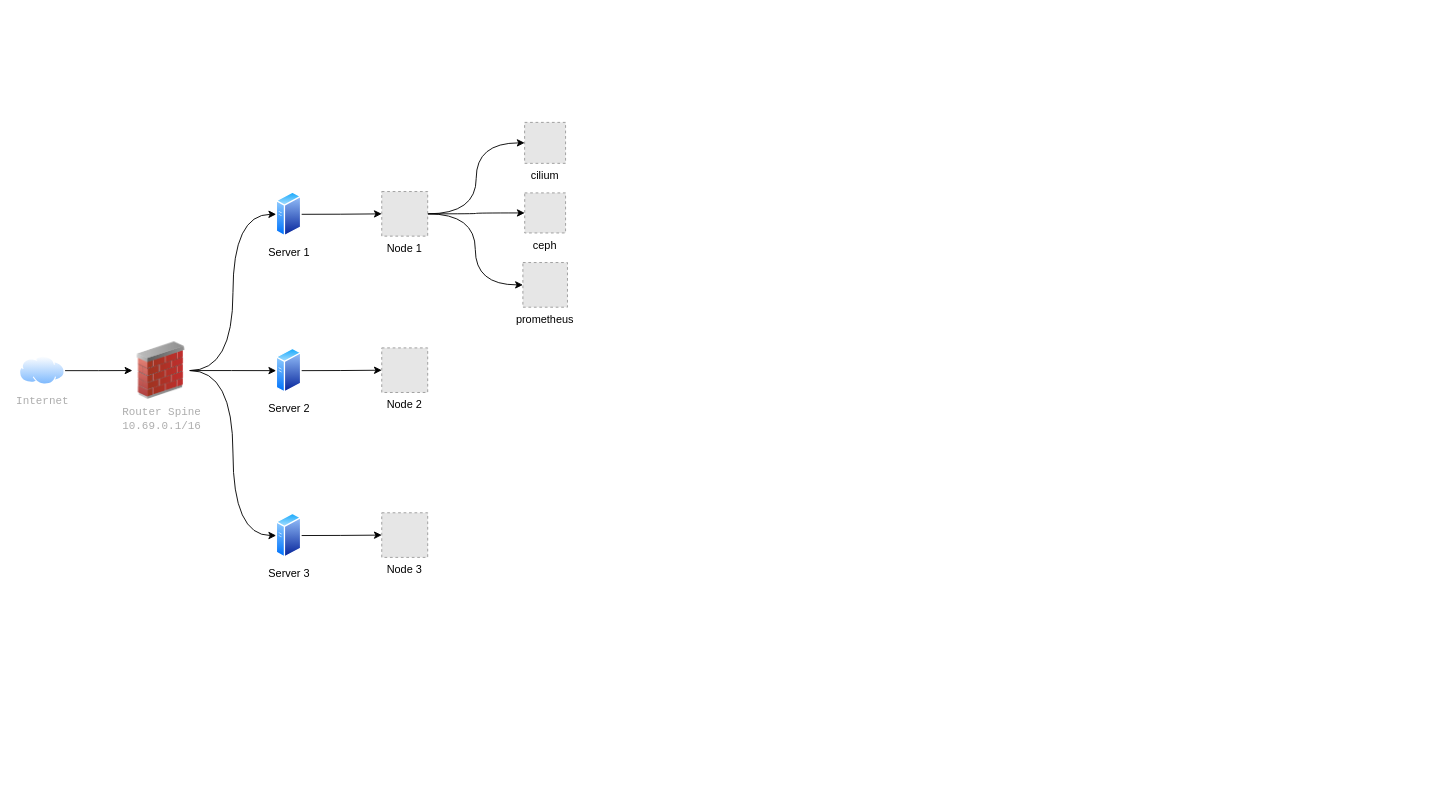
Above: page "Tesla Infrastructure" (2 of 3) of Untitled Diagram.drawio in rajsinghtech/fleet-telemetry-consumer (draw.io), before the change. Source tidied: cells renumbered, new cells numbered last; positions are measured from the earlier drawing's top-left corner, leaving out a move shared by most shapes. Both pictures are drawn from the tidied source at 91%, with x=0, y=0 at pixel (19, 122). Pictures stored in the file or linked from it are replaced by grey dashed boxes.
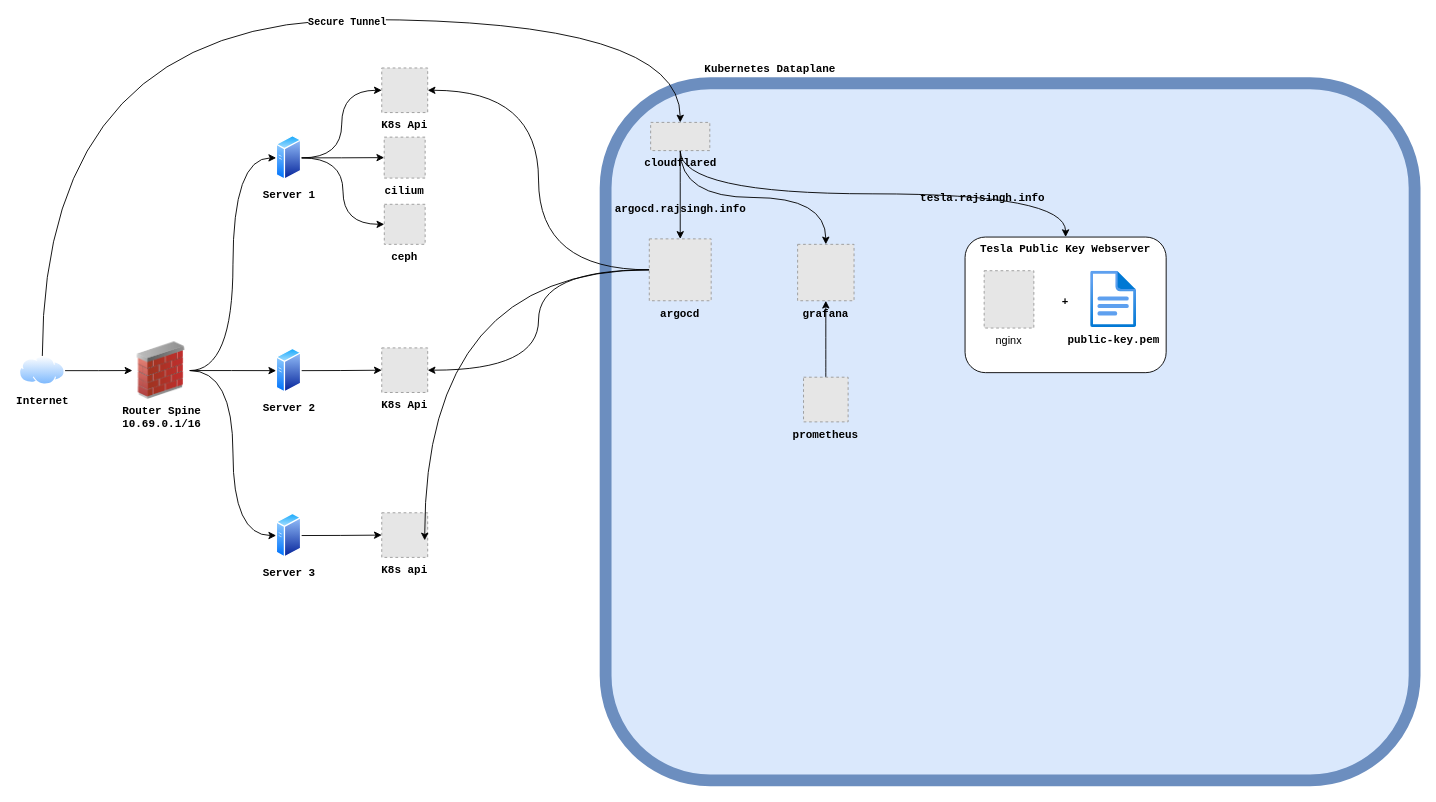
Above is the later version.

What changed in the source:
```diff
@@
+    <mxCell id="23" style="rounded=1;whiteSpace=wrap;html=1;fillColor=#dae8fc;strokeColor=#6c8ebf;strokeWidth=13;align=left;labelBackgroundColor=none;fontFamily=Courier New;fontStyle=1;fontColor=#000000;" parent="1" vertex="1">
+      <mxGeometry x="644" y="-43" width="889" height="766" as="geometry" />
+    </mxCell>
-    <mxCell id="2" style="edgeStyle=orthogonalEdgeStyle;curved=1;rounded=0;jettySize=auto;html=1;entryX=0;entryY=0.5;entryDx=0;entryDy=0;" parent="1" edge="1" source="3" target="19">
+    <mxCell id="2" style="edgeStyle=orthogonalEdgeStyle;curved=1;rounded=0;jettySize=auto;html=1;entryX=0;entryY=0.5;entryDx=0;entryDy=0;labelBackgroundColor=none;fontFamily=Courier New;fontStyle=1;fontColor=#000000;" parent="1" edge="1" source="3" target="19">
       <mxGeometry relative="1" as="geometry" />
     </mxCell>
-    <mxCell id="3" value="Server 3" style="image;perimeter=ellipsePerimeter;html=1;align=center;shadow=0;dashed=0;spacingTop=3;image=img/lib/active_directory/generic_server.svg;" parent="1" vertex="1">
+    <mxCell id="3" value="Server 3" style="image;perimeter=ellipsePerimeter;html=1;align=center;shadow=0;dashed=0;spacingTop=3;image=img/lib/active_directory/generic_server.svg;labelBackgroundColor=none;fontFamily=Courier New;fontStyle=1;fontColor=#000000;" parent="1" vertex="1">
       <mxGeometry x="282" y="429" width="28" height="50" as="geometry" />
     </mxCell>
-    <mxCell id="4" style="edgeStyle=orthogonalEdgeStyle;curved=1;rounded=0;jettySize=auto;html=1;entryX=0;entryY=0.5;entryDx=0;entryDy=0;" parent="1" edge="1" source="6" target="12">
+    <mxCell id="4" style="edgeStyle=orthogonalEdgeStyle;curved=1;rounded=0;jettySize=auto;html=1;entryX=0;entryY=0.5;entryDx=0;entryDy=0;labelBackgroundColor=none;fontFamily=Courier New;fontStyle=1;fontColor=#000000;" parent="1" edge="1" source="6" target="12">
       <mxGeometry relative="1" as="geometry" />
     </mxCell>
-    <mxCell id="5" style="edgeStyle=orthogonalEdgeStyle;curved=1;rounded=0;jettySize=auto;html=1;entryX=0;entryY=0.5;entryDx=0;entryDy=0;" parent="1" edge="1" source="6" target="3">
+    <mxCell id="5" style="edgeStyle=orthogonalEdgeStyle;curved=1;rounded=0;jettySize=auto;html=1;entryX=0;entryY=0.5;entryDx=0;entryDy=0;labelBackgroundColor=none;fontFamily=Courier New;fontStyle=1;fontColor=#000000;" parent="1" edge="1" source="6" target="3">
       <mxGeometry relative="1" as="geometry" />
     </mxCell>
-    <mxCell id="6" value="&lt;span id=&quot;docs-internal-guid-129c1558-7fff-5c4c-1586-b6c74b162c59&quot;&gt;&lt;p style=&quot;line-height:1.2;margin-top:0pt;margin-bottom:0pt;&quot; dir=&quot;ltr&quot;&gt;&lt;span style=&quot;font-size: 9pt; font-family: &amp;quot;Courier New&amp;quot;, monospace; color: rgb(173, 173, 173); background-color: transparent; font-variant-numeric: normal; font-variant-east-asian: normal; font-variant-alternates: normal; font-variant-position: normal; vertical-align: baseline; white-space: pre-wrap;&quot;&gt;Router Spine&lt;/span&gt;&lt;span style=&quot;font-size: 9pt; font-family: &amp;quot;Courier New&amp;quot;, monospace; color: rgb(173, 173, 173); background-color: transparent; font-variant-numeric: normal; font-variant-east-asian: normal; font-variant-alternates: normal; font-variant-position: normal; vertical-align: baseline; white-space: pre-wrap;&quot;&gt;&lt;br&gt;&lt;/span&gt;&lt;span style=&quot;font-size: 9pt; font-family: &amp;quot;Courier New&amp;quot;, monospace; color: rgb(173, 173, 173); background-color: transparent; font-variant-numeric: normal; font-variant-east-asian: normal; font-variant-alternates: normal; font-variant-position: normal; vertical-align: baseline; white-space: pre-wrap;&quot;&gt;10.69.0.1/16&lt;/span&gt;&lt;/p&gt;&lt;div&gt;&lt;span style=&quot;font-size: 9pt; font-family: &amp;quot;Courier New&amp;quot;, monospace; color: rgb(173, 173, 173); background-color: transparent; font-variant-numeric: normal; font-variant-east-asian: normal; font-variant-alternates: normal; font-variant-position: normal; vertical-align: baseline; white-space: pre-wrap;&quot;&gt;&lt;br&gt;&lt;/span&gt;&lt;/div&gt;&lt;/span&gt;" style="image;html=1;image=img/lib/clip_art/networking/Firewall_02_128x128.png;" parent="1" vertex="1">
+    <mxCell id="6" value="&lt;span id=&quot;docs-internal-guid-129c1558-7fff-5c4c-1586-b6c74b162c59&quot;&gt;&lt;p dir=&quot;ltr&quot; style=&quot;line-height:1.2;margin-top:0pt;margin-bottom:0pt;&quot;&gt;&lt;span style=&quot;font-size: 9pt; font-variant-numeric: normal; font-variant-east-asian: normal; font-variant-alternates: normal; font-variant-position: normal; vertical-align: baseline; white-space: pre-wrap;&quot;&gt;Router Spine&lt;/span&gt;&lt;span style=&quot;font-size: 9pt; font-variant-numeric: normal; font-variant-east-asian: normal; font-variant-alternates: normal; font-variant-position: normal; vertical-align: baseline; white-space: pre-wrap;&quot;&gt;&lt;br&gt;&lt;/span&gt;&lt;span style=&quot;font-size: 9pt; font-variant-numeric: normal; font-variant-east-asian: normal; font-variant-alternates: normal; font-variant-position: normal; vertical-align: baseline; white-space: pre-wrap;&quot;&gt;10.69.0.1/16&lt;/span&gt;&lt;/p&gt;&lt;div&gt;&lt;span style=&quot;font-size: 9pt; font-variant-numeric: normal; font-variant-east-asian: normal; font-variant-alternates: normal; font-variant-position: normal; vertical-align: baseline; white-space: pre-wrap;&quot;&gt;&lt;br&gt;&lt;/span&gt;&lt;/div&gt;&lt;/span&gt;" style="image;html=1;image=img/lib/clip_art/networking/Firewall_02_128x128.png;labelBackgroundColor=none;fontFamily=Courier New;fontStyle=1;fontColor=#000000;" parent="1" vertex="1">
       <mxGeometry x="124" y="241.2" width="63" height="63" as="geometry" />
     </mxCell>
-    <mxCell id="7" style="edgeStyle=orthogonalEdgeStyle;rounded=0;jettySize=auto;html=1;entryX=0;entryY=0.5;entryDx=0;entryDy=0;" parent="1" edge="1" source="8" target="6">
+    <mxCell id="7" style="edgeStyle=orthogonalEdgeStyle;rounded=0;jettySize=auto;html=1;entryX=0;entryY=0.5;entryDx=0;entryDy=0;labelBackgroundColor=none;fontFamily=Courier New;fontStyle=1;fontColor=#000000;" parent="1" edge="1" source="8" target="6">
       <mxGeometry relative="1" as="geometry" />
     </mxCell>
+    <mxCell id="24" style="edgeStyle=orthogonalEdgeStyle;curved=1;rounded=0;jettySize=auto;html=1;entryX=0.5;entryY=0;entryDx=0;entryDy=0;exitX=0.5;exitY=0;exitDx=0;exitDy=0;labelBackgroundColor=none;fontFamily=Courier New;fontStyle=1;fontColor=#000000;" parent="1" edge="1" source="8" target="32">
+      <mxGeometry relative="1" as="geometry">
+        <Array as="points">
+          <mxPoint x="25" y="-113" />
+          <mxPoint x="726" y="-113" />
+        </Array>
+      </mxGeometry>
+    </mxCell>
+    <mxCell id="25" value="Secure Tunnel" style="edgeLabel;html=1;align=center;verticalAlign=middle;fontFamily=Courier New;fontStyle=1;fontColor=#000000;" parent="24" vertex="1">
+      <mxGeometry x="0.19" y="-2" relative="1" as="geometry" />
+    </mxCell>
-    <mxCell id="8" value="&lt;span style=&quot;white-space: pre-wrap;&quot; id=&quot;docs-internal-guid-129c1558-7fff-5c4c-1586-b6c74b162c59&quot;&gt;&lt;p style=&quot;line-height:1.2;margin-top:0pt;margin-bottom:0pt;&quot; dir=&quot;ltr&quot;&gt;&lt;font face=&quot;Courier New, monospace&quot; color=&quot;#adadad&quot;&gt;Internet&lt;/font&gt;&lt;/p&gt;&lt;/span&gt;" style="image;perimeter=ellipsePerimeter;html=1;align=center;shadow=0;dashed=0;spacingTop=3;image=img/lib/active_directory/internet_cloud.svg;" parent="1" vertex="1">
+    <mxCell id="8" value="&lt;span id=&quot;docs-internal-guid-129c1558-7fff-5c4c-1586-b6c74b162c59&quot; style=&quot;white-space: pre-wrap;&quot;&gt;&lt;p dir=&quot;ltr&quot; style=&quot;line-height:1.2;margin-top:0pt;margin-bottom:0pt;&quot;&gt;&lt;font face=&quot;Courier New, monospace&quot;&gt;Internet&lt;/font&gt;&lt;/p&gt;&lt;/span&gt;" style="image;perimeter=ellipsePerimeter;html=1;align=center;shadow=0;dashed=0;spacingTop=3;image=img/lib/active_directory/internet_cloud.svg;labelBackgroundColor=none;fontStyle=1;fontColor=#000000;" parent="1" vertex="1">
       <mxGeometry y="257" width="50" height="31.5" as="geometry" />
     </mxCell>
-    <mxCell id="9" style="edgeStyle=orthogonalEdgeStyle;curved=1;rounded=0;jettySize=auto;html=1;entryX=0;entryY=0.5;entryDx=0;entryDy=0;" parent="1" edge="1" source="10" target="17">
+    <mxCell id="9" style="edgeStyle=orthogonalEdgeStyle;curved=1;rounded=0;jettySize=auto;html=1;entryX=0;entryY=0.5;entryDx=0;entryDy=0;labelBackgroundColor=none;fontFamily=Courier New;fontStyle=1;fontColor=#000000;" parent="1" edge="1" source="10" target="17">
       <mxGeometry relative="1" as="geometry" />
     </mxCell>
-    <mxCell id="10" value="Server 1" style="image;perimeter=ellipsePerimeter;html=1;align=center;shadow=0;dashed=0;spacingTop=3;image=img/lib/active_directory/generic_server.svg;" parent="1" vertex="1">
-      <mxGeometry x="282" y="76" width="28" height="50" as="geometry" />
+    <mxCell id="10" value="Server 1" style="image;perimeter=ellipsePerimeter;html=1;align=center;shadow=0;dashed=0;spacingTop=3;image=img/lib/active_directory/generic_server.svg;labelBackgroundColor=none;fontFamily=Courier New;fontStyle=1;fontColor=#000000;" parent="1" vertex="1">
+      <mxGeometry x="282" y="14" width="28" height="50" as="geometry" />
     </mxCell>
-    <mxCell id="11" style="edgeStyle=orthogonalEdgeStyle;curved=1;rounded=0;jettySize=auto;html=1;entryX=0;entryY=0.5;entryDx=0;entryDy=0;" parent="1" edge="1" source="12" target="18">
+    <mxCell id="11" style="edgeStyle=orthogonalEdgeStyle;curved=1;rounded=0;jettySize=auto;html=1;entryX=0;entryY=0.5;entryDx=0;entryDy=0;labelBackgroundColor=none;fontFamily=Courier New;fontStyle=1;fontColor=#000000;" parent="1" edge="1" source="12" target="18">
       <mxGeometry relative="1" as="geometry" />
     </mxCell>
-    <mxCell id="12" value="Server 2" style="image;perimeter=ellipsePerimeter;html=1;align=center;shadow=0;dashed=0;spacingTop=3;image=img/lib/active_directory/generic_server.svg;" parent="1" vertex="1">
+    <mxCell id="12" value="Server 2" style="image;perimeter=ellipsePerimeter;html=1;align=center;shadow=0;dashed=0;spacingTop=3;image=img/lib/active_directory/generic_server.svg;labelBackgroundColor=none;fontFamily=Courier New;fontStyle=1;fontColor=#000000;" parent="1" vertex="1">
       <mxGeometry x="282" y="247.8" width="28" height="50" as="geometry" />
     </mxCell>
-    <mxCell id="13" style="edgeStyle=orthogonalEdgeStyle;curved=1;rounded=0;jettySize=auto;html=1;entryX=0;entryY=0.5;entryDx=0;entryDy=0;" parent="1" edge="1" source="6" target="10">
+    <mxCell id="13" style="edgeStyle=orthogonalEdgeStyle;curved=1;rounded=0;jettySize=auto;html=1;entryX=0;entryY=0.5;entryDx=0;entryDy=0;labelBackgroundColor=none;fontFamily=Courier New;fontStyle=1;fontColor=#000000;" parent="1" edge="1" source="6" target="10">
       <mxGeometry relative="1" as="geometry" />
     </mxCell>
-    <mxCell id="14" style="edgeStyle=orthogonalEdgeStyle;curved=1;rounded=0;jettySize=auto;html=1;entryX=0;entryY=0.5;entryDx=0;entryDy=0;" parent="1" edge="1" source="17" target="20">
+    <mxCell id="14" style="edgeStyle=orthogonalEdgeStyle;curved=1;rounded=0;jettySize=auto;html=1;entryX=0;entryY=0.5;entryDx=0;entryDy=0;labelBackgroundColor=none;fontFamily=Courier New;fontStyle=1;fontColor=#000000;exitX=1;exitY=0.5;exitDx=0;exitDy=0;" parent="1" edge="1" source="10" target="20">
       <mxGeometry relative="1" as="geometry" />
     </mxCell>
-    <mxCell id="15" style="edgeStyle=orthogonalEdgeStyle;curved=1;rounded=0;jettySize=auto;html=1;entryX=0;entryY=0.5;entryDx=0;entryDy=0;" parent="1" edge="1" source="17" target="21">
+    <mxCell id="15" style="edgeStyle=orthogonalEdgeStyle;curved=1;rounded=0;jettySize=auto;html=1;entryX=0;entryY=0.5;entryDx=0;entryDy=0;labelBackgroundColor=none;fontFamily=Courier New;fontStyle=1;fontColor=#000000;exitX=1;exitY=0.5;exitDx=0;exitDy=0;" parent="1" edge="1" source="10" target="21">
       <mxGeometry relative="1" as="geometry" />
     </mxCell>
-    <mxCell id="16" style="edgeStyle=orthogonalEdgeStyle;curved=1;rounded=0;jettySize=auto;html=1;entryX=0;entryY=0.5;entryDx=0;entryDy=0;" parent="1" edge="1" source="17" target="22">
-      <mxGeometry relative="1" as="geometry" />
-    </mxCell>
-    <mxCell id="17" value="Node 1" style="fillColor=#E6E6E6;strokeColor=#999999;dashed=1;verticalLabelPosition=bottom;labelBackgroundColor=default;verticalAlign=top;" parent="1" vertex="1">
-      <mxGeometry x="398" y="76" width="50.5" height="49" as="geometry" />
+    <mxCell id="17" value="K8s Api" style="fillColor=#E6E6E6;strokeColor=#999999;dashed=1;verticalLabelPosition=bottom;labelBackgroundColor=none;verticalAlign=top;fontFamily=Courier New;fontStyle=1;fontColor=#000000;" parent="1" vertex="1">
+      <mxGeometry x="398" y="-59.8" width="50.5" height="49" as="geometry" />
     </mxCell>
-    <mxCell id="18" value="Node 2" style="fillColor=#E6E6E6;strokeColor=#999999;dashed=1;verticalLabelPosition=bottom;labelBackgroundColor=default;verticalAlign=top;" parent="1" vertex="1">
+    <mxCell id="18" value="K8s Api" style="fillColor=#E6E6E6;strokeColor=#999999;dashed=1;verticalLabelPosition=bottom;labelBackgroundColor=none;verticalAlign=top;fontFamily=Courier New;fontStyle=1;fontColor=#000000;" parent="1" vertex="1">
       <mxGeometry x="398" y="247.8" width="50.5" height="49" as="geometry" />
     </mxCell>
-    <mxCell id="19" value="Node 3" style="fillColor=#E6E6E6;strokeColor=#999999;dashed=1;verticalLabelPosition=bottom;labelBackgroundColor=default;verticalAlign=top;" parent="1" vertex="1">
+    <mxCell id="19" value="K8s api" style="fillColor=#E6E6E6;strokeColor=#999999;dashed=1;verticalLabelPosition=bottom;labelBackgroundColor=none;verticalAlign=top;fontFamily=Courier New;fontStyle=1;fontColor=#000000;" parent="1" vertex="1">
       <mxGeometry x="398" y="429" width="50.5" height="49" as="geometry" />
     </mxCell>
-    <mxCell id="20" value="cilium" style="fillColor=#E6E6E6;strokeColor=#999999;dashed=1;verticalLabelPosition=bottom;labelBackgroundColor=default;verticalAlign=top;" parent="1" vertex="1">
-      <mxGeometry x="555" width="45" height="45" as="geometry" />
+    <mxCell id="20" value="cilium" style="fillColor=#E6E6E6;strokeColor=#999999;dashed=1;verticalLabelPosition=bottom;labelBackgroundColor=none;verticalAlign=top;fontFamily=Courier New;fontStyle=1;fontColor=#000000;" parent="1" vertex="1">
+      <mxGeometry x="400.7" y="16.2" width="45" height="45" as="geometry" />
     </mxCell>
-    <mxCell id="21" value="ceph" style="fillColor=#E6E6E6;strokeColor=#999999;dashed=1;verticalLabelPosition=bottom;labelBackgroundColor=default;verticalAlign=top;" parent="1" vertex="1">
-      <mxGeometry x="555.1" y="77.5" width="44.9" height="44" as="geometry" />
+    <mxCell id="21" value="ceph" style="fillColor=#E6E6E6;strokeColor=#999999;dashed=1;verticalLabelPosition=bottom;labelBackgroundColor=none;verticalAlign=top;fontFamily=Courier New;fontStyle=1;fontColor=#000000;" parent="1" vertex="1">
+      <mxGeometry x="400.8" y="90" width="44.9" height="44" as="geometry" />
     </mxCell>
+    <mxCell id="26" style="edgeStyle=orthogonalEdgeStyle;curved=1;rounded=0;jettySize=auto;html=1;labelBackgroundColor=none;fontFamily=Courier New;fontStyle=1;fontColor=#000000;" parent="1" edge="1" source="22" target="33">
+      <mxGeometry relative="1" as="geometry" />
+    </mxCell>
-    <mxCell id="22" value="prometheus" style="fillColor=#E6E6E6;strokeColor=#999999;dashed=1;verticalLabelPosition=bottom;labelBackgroundColor=default;verticalAlign=top;" parent="1" vertex="1">
-      <mxGeometry x="553.1" y="154" width="49" height="49.1" as="geometry" />
+    <mxCell id="22" value="prometheus" style="fillColor=#E6E6E6;strokeColor=#999999;dashed=1;verticalLabelPosition=bottom;labelBackgroundColor=none;verticalAlign=top;fontFamily=Courier New;fontStyle=1;fontColor=#000000;" parent="1" vertex="1">
+      <mxGeometry x="861.5" y="280" width="49" height="49.1" as="geometry" />
     </mxCell>
+    <mxCell id="27" style="edgeStyle=orthogonalEdgeStyle;curved=1;rounded=0;jettySize=auto;html=1;exitX=0.5;exitY=1;exitDx=0;exitDy=0;labelBackgroundColor=none;fontFamily=Courier New;fontStyle=1;fontColor=#000000;" parent="1" edge="1" source="32" target="33">
+      <mxGeometry relative="1" as="geometry" />
+    </mxCell>
+    <mxCell id="28" style="edgeStyle=orthogonalEdgeStyle;curved=1;rounded=0;jettySize=auto;html=1;exitX=0.5;exitY=1;exitDx=0;exitDy=0;fontFamily=Courier New;fontSize=12;fontColor=#000000;fontStyle=1;labelBackgroundColor=none;" parent="1" edge="1" source="32" target="38">
+      <mxGeometry relative="1" as="geometry" />
+    </mxCell>
+    <mxCell id="29" value="argocd.rajsingh.info" style="edgeLabel;html=1;align=center;verticalAlign=middle;strokeColor=default;fontFamily=Courier New;fontSize=12;fontColor=#000000;fontStyle=1;labelBackgroundColor=none;fillColor=default;" parent="28" vertex="1">
+      <mxGeometry x="0.32" y="-1" relative="1" as="geometry" />
+    </mxCell>
+    <mxCell id="30" style="edgeStyle=orthogonalEdgeStyle;curved=1;rounded=0;jettySize=auto;html=1;exitX=0.5;exitY=1;exitDx=0;exitDy=0;fontFamily=Courier New;fontSize=12;fontColor=#000000;fontStyle=1;labelBackgroundColor=none;" parent="1" edge="1" source="32" target="40">
+      <mxGeometry relative="1" as="geometry" />
+    </mxCell>
+    <mxCell id="31" value="tesla.rajsingh.info" style="edgeLabel;html=1;align=center;verticalAlign=middle;strokeColor=default;fontFamily=Courier New;fontSize=12;fontColor=#000000;fontStyle=1;labelBackgroundColor=none;fillColor=default;" parent="30" vertex="1">
+      <mxGeometry x="0.46" y="-5" relative="1" as="geometry" />
+    </mxCell>
+    <mxCell id="32" value="cloudflared" style="fillColor=#E6E6E6;strokeColor=#999999;dashed=1;verticalLabelPosition=bottom;labelBackgroundColor=none;verticalAlign=top;whiteSpace=wrap;fontFamily=Courier New;fontStyle=1;fontColor=#000000;" parent="1" vertex="1">
+      <mxGeometry x="693.5" width="65" height="31" as="geometry" />
+    </mxCell>
+    <mxCell id="33" value="grafana" style="fillColor=#E6E6E6;strokeColor=#999999;dashed=1;verticalLabelPosition=bottom;labelBackgroundColor=none;verticalAlign=top;fontFamily=Courier New;fontStyle=1;fontColor=#000000;" parent="1" vertex="1">
+      <mxGeometry x="855" y="134" width="62" height="62" as="geometry" />
+    </mxCell>
+    <mxCell id="34" value="Kubernetes Dataplane" style="text;html=1;align=left;verticalAlign=middle;whiteSpace=wrap;rounded=0;fontFamily=Courier New;fontStyle=1;fontColor=#000000;" parent="1" vertex="1">
+      <mxGeometry x="750.5" y="-73" width="219" height="30" as="geometry" />
+    </mxCell>
+    <mxCell id="35" style="edgeStyle=orthogonalEdgeStyle;curved=1;rounded=0;jettySize=auto;html=1;entryX=1;entryY=0.5;entryDx=0;entryDy=0;fontFamily=Courier New;fontSize=12;fontColor=#000000;fontStyle=1;labelBackgroundColor=none;" parent="1" edge="1" source="38" target="17">
+      <mxGeometry relative="1" as="geometry" />
+    </mxCell>
+    <mxCell id="36" style="edgeStyle=orthogonalEdgeStyle;curved=1;rounded=0;jettySize=auto;html=1;entryX=1;entryY=0.5;entryDx=0;entryDy=0;fontFamily=Courier New;fontSize=12;fontColor=#000000;fontStyle=1;labelBackgroundColor=none;" parent="1" edge="1" source="38" target="18">
+      <mxGeometry relative="1" as="geometry" />
+    </mxCell>
+    <mxCell id="37" style="edgeStyle=orthogonalEdgeStyle;curved=1;rounded=0;jettySize=auto;html=1;fontFamily=Courier New;fontSize=12;fontColor=#000000;fontStyle=1;labelBackgroundColor=none;entryX=0.935;entryY=0.619;entryDx=0;entryDy=0;entryPerimeter=0;" parent="1" edge="1" source="38" target="19">
+      <mxGeometry relative="1" as="geometry" />
+    </mxCell>
+    <mxCell id="38" value="argocd" style="fillColor=#E6E6E6;strokeColor=#999999;dashed=1;verticalLabelPosition=bottom;labelBackgroundColor=none;verticalAlign=top;fontFamily=Courier New;fontStyle=1;" parent="1" vertex="1">
+      <mxGeometry x="692" y="128" width="68" height="68" as="geometry" />
+    </mxCell>
+    <mxCell id="39" style="group;" parent="1" vertex="1">
+      <mxGeometry x="1039" y="126" width="221" height="149" as="geometry" />
+    </mxCell>
+    <mxCell id="40" value="Tesla Public Key Webserver&lt;br&gt;&lt;br&gt;&lt;br&gt;&lt;br&gt;+" style="rounded=1;whiteSpace=wrap;html=1;strokeColor=default;align=center;verticalAlign=top;fontFamily=Courier New;fontSize=12;fontColor=#000000;fontStyle=1;labelBackgroundColor=none;fillColor=default;" parent="39" vertex="1">
+      <mxGeometry width="221" height="149" as="geometry" />
+    </mxCell>
+    <mxCell id="41" value="public-key.pem" style="image;html=1;align=center;fontSize=12;image=img/lib/azure2/general/File.svg;strokeColor=default;verticalAlign=top;fontFamily=Courier New;fontColor=#000000;fontStyle=1;labelBackgroundColor=none;fillColor=default;" parent="39" vertex="1">
+      <mxGeometry x="138" y="37.4" width="50.4" height="62.1" as="geometry" />
+    </mxCell>
+    <mxCell id="42" value="nginx" style="fillColor=#E6E6E6;strokeColor=#999999;dashed=1;verticalLabelPosition=bottom;labelBackgroundColor=default;verticalAlign=top;" parent="39" vertex="1">
+      <mxGeometry x="21" y="37" width="54.6" height="63" as="geometry" />
+    </mxCell>
```
